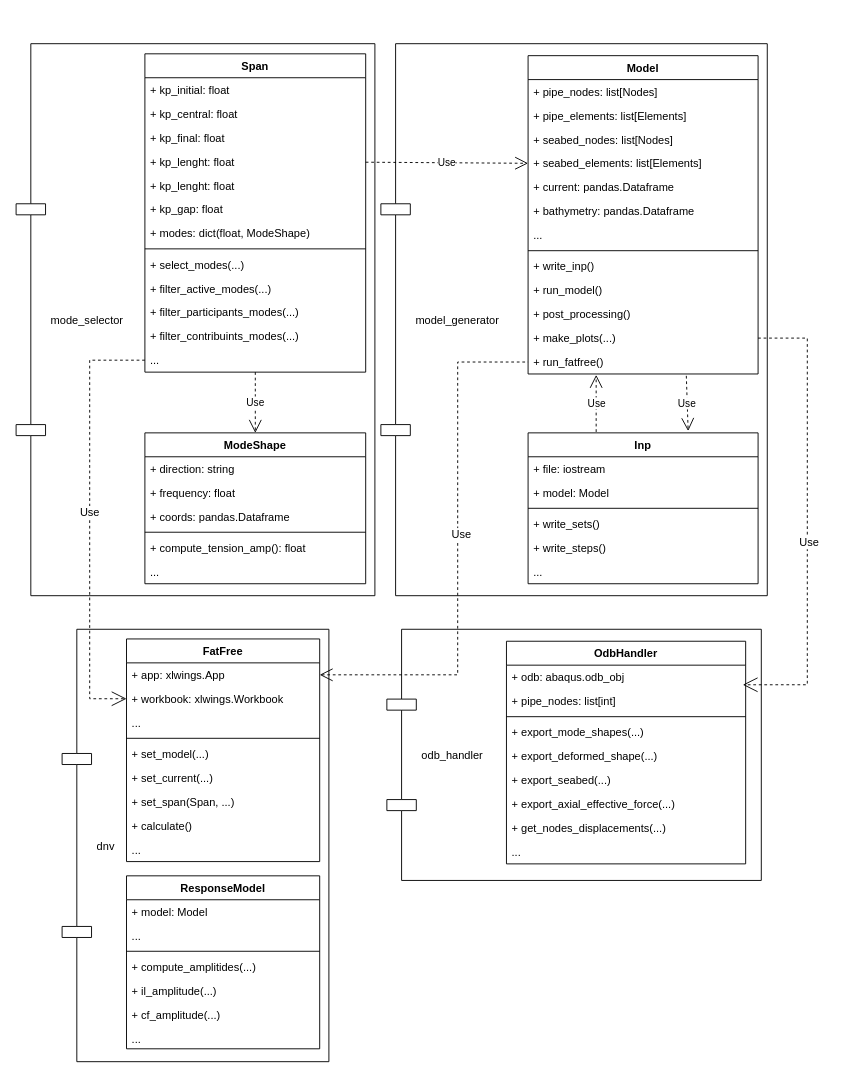
wevertonms/dissertacao_mestrado keeps this draw.io diagram as imagens/UML.drawio. Above is the earlier version. Source tidied: cells renumbered, new cells numbered last; positions are measured from the earlier drawing's top-left corner, leaving out a move shared by most shapes. Both pictures are drawn from the tidied source at 92%, with x=0, y=0 at pixel (16, 43).
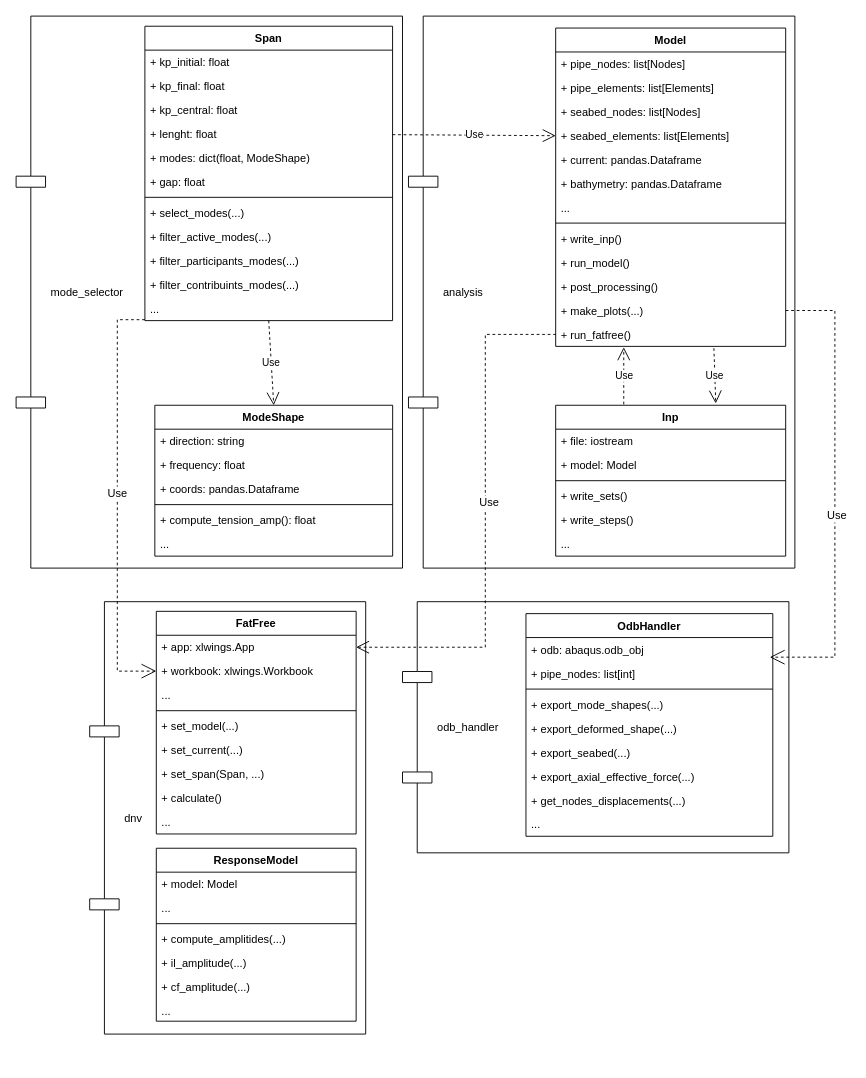
After the change.

Commit message (it also covers changes not shown here):
🍱 Ajutes no diagrama UML

The change refers to these unchanged cells:
```xml
<mxCell id="16" value="+ make_plots(...)" style="text;strokeColor=none;fillColor=none;align=left;verticalAlign=top;spacingLeft=4;spacingRight=4;overflow=hidden;points=[[0,0.5],[1,0.5]];portConstraint=eastwest;fontFamily=Fira Code;" parent="4" vertex="1">
  <mxGeometry y="294" width="250" height="26" as="geometry" />
</mxCell>
<mxCell id="17" value="+ run_fatfree()" style="text;strokeColor=none;fillColor=none;align=left;verticalAlign=top;spacingLeft=4;spacingRight=4;overflow=hidden;points=[[0,0.5],[1,0.5]];portConstraint=eastwest;fontFamily=Fira Code;" parent="4" vertex="1">
  <mxGeometry y="320" width="250" height="26" as="geometry" />
</mxCell>
```

Change to the diagram source:
```diff
@@
     <mxCell id="2" style="group;" parent="1" vertex="1">
-      <mxGeometry x="396.5" width="420" height="600" as="geometry" />
+      <mxGeometry x="426.5" y="-30" width="420" height="600" as="geometry" />
     </mxCell>
-    <mxCell id="3" value="model_generator" style="shape=component;align=left;spacingLeft=36;fontFamily=Fira Code;" parent="2" vertex="1">
+    <mxCell id="3" value="analysis" style="shape=component;align=left;spacingLeft=36;fontFamily=Fira Code;" parent="2" vertex="1">
       <mxGeometry width="420" height="600" as="geometry" />
     </mxCell>
@@
     <mxCell id="27" style="group;" parent="1" vertex="1">
-      <mxGeometry width="390" height="600" as="geometry" />
+      <mxGeometry y="-30" width="420" height="600" as="geometry" />
     </mxCell>
-    <mxCell id="28" value="mode_selector" style="shape=component;align=left;spacingLeft=36;fontFamily=Fira Code;" parent="27" vertex="1">
-      <mxGeometry width="390" height="600" as="geometry" />
+    <mxCell id="28" value="mode_selector  " style="shape=component;align=left;spacingLeft=36;fontFamily=Fira Code;" parent="27" vertex="1">
+      <mxGeometry width="420" height="600" as="geometry" />
     </mxCell>
     <mxCell id="29" value="Span" style="swimlane;fontStyle=1;align=center;verticalAlign=top;horizontal=1;startSize=26;fontFamily=Fira Code;" parent="27" vertex="1">
-      <mxGeometry x="140" y="11" width="240" height="346" as="geometry" />
+      <mxGeometry x="140" y="11" width="269.2" height="320" as="geometry" />
     </mxCell>
     <mxCell id="30" value="+ kp_initial: float" style="text;strokeColor=none;fillColor=none;align=left;verticalAlign=top;spacingLeft=4;spacingRight=4;overflow=hidden;fontFamily=Fira Code;" parent="29" vertex="1">
-      <mxGeometry y="26" width="240" height="26" as="geometry" />
+      <mxGeometry y="26" width="269.2" height="26" as="geometry" />
     </mxCell>
+    <mxCell id="32" value="+ kp_final: float" style="text;strokeColor=none;fillColor=none;align=left;verticalAlign=top;spacingLeft=4;spacingRight=4;overflow=hidden;fontFamily=Fira Code;" parent="29" vertex="1">
+      <mxGeometry y="52" width="269.2" height="26" as="geometry" />
+    </mxCell>
     <mxCell id="31" value="+ kp_central: float" style="text;strokeColor=none;fillColor=none;align=left;verticalAlign=top;spacingLeft=4;spacingRight=4;overflow=hidden;fontFamily=Fira Code;" parent="29" vertex="1">
-      <mxGeometry y="52" width="240" height="26" as="geometry" />
+      <mxGeometry y="78" width="269.2" height="26" as="geometry" />
     </mxCell>
-    <mxCell id="32" value="+ kp_final: float" style="text;strokeColor=none;fillColor=none;align=left;verticalAlign=top;spacingLeft=4;spacingRight=4;overflow=hidden;fontFamily=Fira Code;" parent="29" vertex="1">
-      <mxGeometry y="78" width="240" height="26" as="geometry" />
-    </mxCell>
-    <mxCell id="33" value="+ kp_lenght: float" style="text;strokeColor=none;fillColor=none;align=left;verticalAlign=top;spacingLeft=4;spacingRight=4;overflow=hidden;points=[[0,0.5],[1,0.5]];portConstraint=eastwest;fontFamily=Fira Code;" parent="29" vertex="1">
-      <mxGeometry y="104" width="240" height="26" as="geometry" />
+    <mxCell id="33" value="+ lenght: float" style="text;strokeColor=none;fillColor=none;align=left;verticalAlign=top;spacingLeft=4;spacingRight=4;overflow=hidden;points=[[0,0.5],[1,0.5]];portConstraint=eastwest;fontFamily=Fira Code;" parent="29" vertex="1">
+      <mxGeometry y="104" width="269.2" height="26" as="geometry" />
     </mxCell>
-    <mxCell id="34" value="+ kp_lenght: float" style="text;strokeColor=none;fillColor=none;align=left;verticalAlign=top;spacingLeft=4;spacingRight=4;overflow=hidden;fontFamily=Fira Code;" parent="29" vertex="1">
-      <mxGeometry y="130" width="240" height="26" as="geometry" />
-    </mxCell>
+    <mxCell id="36" value="+ modes: dict(float, ModeShape)" style="text;strokeColor=none;fillColor=none;align=left;verticalAlign=top;spacingLeft=4;spacingRight=4;overflow=hidden;fontFamily=Fira Code;" parent="29" vertex="1">
+      <mxGeometry y="130" width="269.2" height="26" as="geometry" />
+    </mxCell>
-    <mxCell id="35" value="+ kp_gap: float" style="text;strokeColor=none;fillColor=none;align=left;verticalAlign=top;spacingLeft=4;spacingRight=4;overflow=hidden;fontFamily=Fira Code;" parent="29" vertex="1">
-      <mxGeometry y="156" width="240" height="26" as="geometry" />
+    <mxCell id="35" value="+ gap: float" style="text;strokeColor=none;fillColor=none;align=left;verticalAlign=top;spacingLeft=4;spacingRight=4;overflow=hidden;fontFamily=Fira Code;" parent="29" vertex="1">
+      <mxGeometry y="156" width="269.2" height="26" as="geometry" />
     </mxCell>
-    <mxCell id="36" value="+ modes: dict(float, ModeShape)" style="text;strokeColor=none;fillColor=none;align=left;verticalAlign=top;spacingLeft=4;spacingRight=4;overflow=hidden;fontFamily=Fira Code;" parent="29" vertex="1">
-      <mxGeometry y="182" width="240" height="26" as="geometry" />
-    </mxCell>
     <mxCell id="37" style="line;strokeWidth=1;fillColor=none;align=left;verticalAlign=middle;spacingTop=-1;spacingLeft=3;spacingRight=3;labelPosition=right;fontFamily=Fira Code;" parent="29" vertex="1">
-      <mxGeometry y="208" width="240" height="8" as="geometry" />
+      <mxGeometry y="182" width="269.2" height="8" as="geometry" />
     </mxCell>
     <mxCell id="38" value="+ select_modes(...)" style="text;strokeColor=none;fillColor=none;align=left;verticalAlign=top;spacingLeft=4;spacingRight=4;overflow=hidden;fontFamily=Fira Code;" parent="29" vertex="1">
-      <mxGeometry y="216" width="240" height="26" as="geometry" />
+      <mxGeometry y="190" width="269.2" height="26" as="geometry" />
     </mxCell>
     <mxCell id="39" value="+ filter_active_modes(...)" style="text;strokeColor=none;fillColor=none;align=left;verticalAlign=top;spacingLeft=4;spacingRight=4;overflow=hidden;fontFamily=Fira Code;" parent="29" vertex="1">
-      <mxGeometry y="242" width="240" height="26" as="geometry" />
+      <mxGeometry y="216" width="269.2" height="26" as="geometry" />
     </mxCell>
     <mxCell id="40" value="+ filter_participants_modes(...)" style="text;strokeColor=none;fillColor=none;align=left;verticalAlign=top;spacingLeft=4;spacingRight=4;overflow=hidden;fontFamily=Fira Code;" parent="29" vertex="1">
-      <mxGeometry y="268" width="240" height="26" as="geometry" />
+      <mxGeometry y="242" width="269.2" height="26" as="geometry" />
     </mxCell>
     <mxCell id="41" value="+ filter_contribuints_modes(...)" style="text;strokeColor=none;fillColor=none;align=left;verticalAlign=top;spacingLeft=4;spacingRight=4;overflow=hidden;fontFamily=Fira Code;" parent="29" vertex="1">
-      <mxGeometry y="294" width="240" height="26" as="geometry" />
+      <mxGeometry y="268" width="269.2" height="26" as="geometry" />
     </mxCell>
     <mxCell id="42" value="..." style="text;strokeColor=none;fillColor=none;align=left;verticalAlign=top;spacingLeft=4;spacingRight=4;overflow=hidden;points=[[0,0.5],[1,0.5]];portConstraint=eastwest;fontFamily=Fira Code;" parent="29" vertex="1">
-      <mxGeometry y="320" width="240" height="26" as="geometry" />
+      <mxGeometry y="294" width="269.2" height="26" as="geometry" />
     </mxCell>
     <mxCell id="43" value="ModeShape" style="swimlane;fontStyle=1;align=center;verticalAlign=top;horizontal=1;startSize=26;fontFamily=Fira Code;" parent="27" vertex="1">
-      <mxGeometry x="140" y="423" width="240" height="164" as="geometry" />
+      <mxGeometry x="150.8" y="423" width="258.5" height="164" as="geometry" />
     </mxCell>
     <mxCell id="44" value="+ direction: string" style="text;strokeColor=none;fillColor=none;align=left;verticalAlign=top;spacingLeft=4;spacingRight=4;overflow=hidden;fontFamily=Fira Code;" parent="43" vertex="1">
-      <mxGeometry y="26" width="240" height="26" as="geometry" />
+      <mxGeometry y="26" width="258.5" height="26" as="geometry" />
     </mxCell>
     <mxCell id="45" value="+ frequency: float" style="text;strokeColor=none;fillColor=none;align=left;verticalAlign=top;spacingLeft=4;spacingRight=4;overflow=hidden;fontFamily=Fira Code;" parent="43" vertex="1">
-      <mxGeometry y="52" width="240" height="26" as="geometry" />
+      <mxGeometry y="52" width="258.5" height="26" as="geometry" />
     </mxCell>
     <mxCell id="46" value="+ coords: pandas.Dataframe" style="text;strokeColor=none;fillColor=none;align=left;verticalAlign=top;spacingLeft=4;spacingRight=4;overflow=hidden;fontFamily=Fira Code;" parent="43" vertex="1">
-      <mxGeometry y="78" width="240" height="26" as="geometry" />
+      <mxGeometry y="78" width="258.5" height="26" as="geometry" />
     </mxCell>
     <mxCell id="47" style="line;strokeWidth=1;fillColor=none;align=left;verticalAlign=middle;spacingTop=-1;spacingLeft=3;spacingRight=3;labelPosition=right;fontFamily=Fira Code;" parent="43" vertex="1">
-      <mxGeometry y="104" width="240" height="8" as="geometry" />
+      <mxGeometry y="104" width="258.5" height="8" as="geometry" />
     </mxCell>
     <mxCell id="48" value="+ compute_tension_amp(): float " style="text;strokeColor=none;fillColor=none;align=left;verticalAlign=top;spacingLeft=4;spacingRight=4;overflow=hidden;fontFamily=Fira Code;" parent="43" vertex="1">
-      <mxGeometry y="112" width="240" height="26" as="geometry" />
+      <mxGeometry y="112" width="258.5" height="26" as="geometry" />
     </mxCell>
     <mxCell id="49" value="..." style="text;strokeColor=none;fillColor=none;align=left;verticalAlign=top;spacingLeft=4;spacingRight=4;overflow=hidden;fontFamily=Fira Code;" parent="43" vertex="1">
-      <mxGeometry y="138" width="240" height="26" as="geometry" />
+      <mxGeometry y="138" width="258.5" height="26" as="geometry" />
     </mxCell>
@@
     <mxCell id="51" style="group;" parent="1" vertex="1">
-      <mxGeometry x="50" y="636.5" width="290" height="470" as="geometry" />
+      <mxGeometry x="80" y="606.5" width="300" height="470" as="geometry" />
     </mxCell>
     <mxCell id="52" value="dnv" style="shape=component;align=left;spacingLeft=36;fontFamily=Fira Code;" parent="51" vertex="1">
-      <mxGeometry width="290" height="470" as="geometry" />
+      <mxGeometry width="300" height="470" as="geometry" />
     </mxCell>
     <mxCell id="53" value="FatFree" style="swimlane;fontStyle=1;align=center;verticalAlign=top;horizontal=1;startSize=26;fontFamily=Fira Code;" parent="51" vertex="1">
-      <mxGeometry x="70" y="10.5" width="210" height="242" as="geometry" />
+      <mxGeometry x="72.4" y="10.5" width="217.2" height="242" as="geometry" />
     </mxCell>
     <mxCell id="54" value="+ app: xlwings.App" style="text;strokeColor=none;fillColor=none;align=left;verticalAlign=top;spacingLeft=4;spacingRight=4;overflow=hidden;points=[[0,0.5],[1,0.5]];portConstraint=eastwest;fontFamily=Fira Code;" parent="53" vertex="1">
-      <mxGeometry y="26" width="210" height="26" as="geometry" />
+      <mxGeometry y="26" width="217.2" height="26" as="geometry" />
     </mxCell>
     <mxCell id="55" value="+ workbook: xlwings.Workbook" style="text;strokeColor=none;fillColor=none;align=left;verticalAlign=top;spacingLeft=4;spacingRight=4;overflow=hidden;points=[[0,0.5],[1,0.5]];portConstraint=eastwest;fontFamily=Fira Code;" parent="53" vertex="1">
-      <mxGeometry y="52" width="210" height="26" as="geometry" />
+      <mxGeometry y="52" width="217.2" height="26" as="geometry" />
     </mxCell>
     <mxCell id="56" value="..." style="text;strokeColor=none;fillColor=none;align=left;verticalAlign=top;spacingLeft=4;spacingRight=4;overflow=hidden;fontFamily=Fira Code;" parent="53" vertex="1">
-      <mxGeometry y="78" width="210" height="26" as="geometry" />
+      <mxGeometry y="78" width="217.2" height="26" as="geometry" />
     </mxCell>
     <mxCell id="57" style="line;strokeWidth=1;fillColor=none;align=left;verticalAlign=middle;spacingTop=-1;spacingLeft=3;spacingRight=3;labelPosition=right;fontFamily=Fira Code;" parent="53" vertex="1">
-      <mxGeometry y="104" width="210" height="8" as="geometry" />
+      <mxGeometry y="104" width="217.2" height="8" as="geometry" />
     </mxCell>
     <mxCell id="58" value="+ set_model(...)" style="text;strokeColor=none;fillColor=none;align=left;verticalAlign=top;spacingLeft=4;spacingRight=4;overflow=hidden;fontFamily=Fira Code;" parent="53" vertex="1">
-      <mxGeometry y="112" width="210" height="26" as="geometry" />
+      <mxGeometry y="112" width="217.2" height="26" as="geometry" />
     </mxCell>
     <mxCell id="59" value="+ set_current(...)" style="text;strokeColor=none;fillColor=none;align=left;verticalAlign=top;spacingLeft=4;spacingRight=4;overflow=hidden;fontFamily=Fira Code;" parent="53" vertex="1">
-      <mxGeometry y="138" width="210" height="26" as="geometry" />
+      <mxGeometry y="138" width="217.2" height="26" as="geometry" />
     </mxCell>
     <mxCell id="60" value="+ set_span(Span, ...)" style="text;strokeColor=none;fillColor=none;align=left;verticalAlign=top;spacingLeft=4;spacingRight=4;overflow=hidden;fontFamily=Fira Code;" parent="53" vertex="1">
-      <mxGeometry y="164" width="210" height="26" as="geometry" />
+      <mxGeometry y="164" width="217.2" height="26" as="geometry" />
     </mxCell>
     <mxCell id="61" value="+ calculate()" style="text;strokeColor=none;fillColor=none;align=left;verticalAlign=top;spacingLeft=4;spacingRight=4;overflow=hidden;fontFamily=Fira Code;" parent="53" vertex="1">
-      <mxGeometry y="190" width="210" height="26" as="geometry" />
+      <mxGeometry y="190" width="217.2" height="26" as="geometry" />
     </mxCell>
     <mxCell id="62" value="..." style="text;strokeColor=none;fillColor=none;align=left;verticalAlign=top;spacingLeft=4;spacingRight=4;overflow=hidden;fontFamily=Fira Code;" parent="53" vertex="1">
-      <mxGeometry y="216" width="210" height="26" as="geometry" />
+      <mxGeometry y="216" width="217.2" height="26" as="geometry" />
     </mxCell>
     <mxCell id="63" value="ResponseModel" style="swimlane;fontStyle=1;align=center;verticalAlign=top;horizontal=1;startSize=26;fontFamily=Fira Code;" parent="51" vertex="1">
-      <mxGeometry x="70" y="268" width="210" height="188" as="geometry" />
+      <mxGeometry x="72.4" y="268" width="217.2" height="188" as="geometry" />
     </mxCell>
     <mxCell id="64" value="+ model: Model" style="text;strokeColor=none;fillColor=none;align=left;verticalAlign=top;spacingLeft=4;spacingRight=4;overflow=hidden;fontFamily=Fira Code;" parent="63" vertex="1">
-      <mxGeometry y="26" width="210" height="26" as="geometry" />
+      <mxGeometry y="26" width="217.2" height="26" as="geometry" />
     </mxCell>
     <mxCell id="65" value="..." style="text;strokeColor=none;fillColor=none;align=left;verticalAlign=top;spacingLeft=4;spacingRight=4;overflow=hidden;fontFamily=Fira Code;" parent="63" vertex="1">
-      <mxGeometry y="52" width="210" height="26" as="geometry" />
+      <mxGeometry y="52" width="217.2" height="26" as="geometry" />
     </mxCell>
     <mxCell id="66" style="line;strokeWidth=1;fillColor=none;align=left;verticalAlign=middle;spacingTop=-1;spacingLeft=3;spacingRight=3;labelPosition=right;fontFamily=Fira Code;" parent="63" vertex="1">
-      <mxGeometry y="78" width="210" height="8" as="geometry" />
+      <mxGeometry y="78" width="217.2" height="8" as="geometry" />
     </mxCell>
     <mxCell id="67" value="+ compute_amplitides(...) " style="text;strokeColor=none;fillColor=none;align=left;verticalAlign=top;spacingLeft=4;spacingRight=4;overflow=hidden;fontFamily=Fira Code;" parent="63" vertex="1">
-      <mxGeometry y="86" width="210" height="26" as="geometry" />
+      <mxGeometry y="86" width="217.2" height="26" as="geometry" />
     </mxCell>
     <mxCell id="68" value="+ il_amplitude(...) " style="text;strokeColor=none;fillColor=none;align=left;verticalAlign=top;spacingLeft=4;spacingRight=4;overflow=hidden;fontFamily=Fira Code;" parent="63" vertex="1">
-      <mxGeometry y="112" width="210" height="26" as="geometry" />
+      <mxGeometry y="112" width="217.2" height="26" as="geometry" />
     </mxCell>
     <mxCell id="69" value="+ cf_amplitude(...) " style="text;strokeColor=none;fillColor=none;align=left;verticalAlign=top;spacingLeft=4;spacingRight=4;overflow=hidden;fontFamily=Fira Code;" parent="63" vertex="1">
-      <mxGeometry y="138" width="210" height="26" as="geometry" />
+      <mxGeometry y="138" width="217.2" height="26" as="geometry" />
     </mxCell>
     <mxCell id="70" value="..." style="text;strokeColor=none;fillColor=none;align=left;verticalAlign=top;spacingLeft=4;spacingRight=4;overflow=hidden;fontFamily=Fira Code;" parent="63" vertex="1">
-      <mxGeometry y="164" width="210" height="24" as="geometry" />
+      <mxGeometry y="164" width="217.2" height="24" as="geometry" />
     </mxCell>
-    <mxCell id="71" style="edgeStyle=orthogonalEdgeStyle;rounded=0;jettySize=auto;html=1;exitX=0;exitY=0.5;exitDx=0;exitDy=0;dashed=1;startArrow=none;startFill=0;startSize=14;endArrow=open;endFill=0;endSize=14;strokeWidth=1;fontFamily=Fira Code;entryX=0;entryY=0.5;entryDx=0;entryDy=0;" parent="1" edge="1" source="42" target="55">
+    <mxCell id="71" style="edgeStyle=orthogonalEdgeStyle;rounded=0;jettySize=auto;html=1;dashed=1;startArrow=none;startFill=0;startSize=14;endArrow=open;endFill=0;endSize=14;strokeWidth=1;fontFamily=Fira Code;entryX=0;entryY=0.5;entryDx=0;entryDy=0;" parent="1" edge="1" target="55">
       <mxGeometry relative="1" as="geometry">
+        <mxPoint x="140" y="300" as="sourcePoint" />
         <Array as="points">
-          <mxPoint x="80" y="344" />
-          <mxPoint x="80" y="712" />
+          <mxPoint x="110" y="300" />
+          <mxPoint x="110" y="682" />
         </Array>
       </mxGeometry>
     </mxCell>
@@
     <mxCell id="73" style="group;" parent="1" vertex="1">
-      <mxGeometry x="403" y="636.5" width="407" height="273" as="geometry" />
+      <mxGeometry x="420" y="606.5" width="420" height="273" as="geometry" />
     </mxCell>
     <mxCell id="74" value="odb_handler" style="shape=component;align=left;spacingLeft=36;fontFamily=Fira Code;" parent="73" vertex="1">
-      <mxGeometry width="407" height="273" as="geometry" />
+      <mxGeometry width="420" height="273" as="geometry" />
     </mxCell>
     <mxCell id="75" value="OdbHandler" style="swimlane;fontStyle=1;align=center;verticalAlign=top;horizontal=1;startSize=26;fontFamily=Fira Code;" parent="73" vertex="1">
-      <mxGeometry x="130" y="13" width="260" height="242" as="geometry" />
+      <mxGeometry x="134.2" y="13" width="268.3" height="242" as="geometry" />
     </mxCell>
     <mxCell id="76" value="+ odb: abaqus.odb_obj" style="text;strokeColor=none;fillColor=none;align=left;verticalAlign=top;spacingLeft=4;spacingRight=4;overflow=hidden;fontFamily=Fira Code;" parent="75" vertex="1">
-      <mxGeometry y="26" width="260" height="26" as="geometry" />
+      <mxGeometry y="26" width="268.3" height="26" as="geometry" />
     </mxCell>
     <mxCell id="77" value="+ pipe_nodes: list[int]" style="text;strokeColor=none;fillColor=none;align=left;verticalAlign=top;spacingLeft=4;spacingRight=4;overflow=hidden;points=[[0,0.5],[1,0.5]];portConstraint=eastwest;fontFamily=Fira Code;" parent="75" vertex="1">
-      <mxGeometry y="52" width="260" height="26" as="geometry" />
+      <mxGeometry y="52" width="268.3" height="26" as="geometry" />
     </mxCell>
     <mxCell id="78" style="line;strokeWidth=1;fillColor=none;align=left;verticalAlign=middle;spacingTop=-1;spacingLeft=3;spacingRight=3;labelPosition=right;fontFamily=Fira Code;" parent="75" vertex="1">
-      <mxGeometry y="78" width="260" height="8" as="geometry" />
+      <mxGeometry y="78" width="268.3" height="8" as="geometry" />
     </mxCell>
     <mxCell id="79" value="+ export_mode_shapes(...) " style="text;strokeColor=none;fillColor=none;align=left;verticalAlign=top;spacingLeft=4;spacingRight=4;overflow=hidden;fontFamily=Fira Code;" parent="75" vertex="1">
-      <mxGeometry y="86" width="260" height="26" as="geometry" />
+      <mxGeometry y="86" width="268.3" height="26" as="geometry" />
     </mxCell>
     <mxCell id="80" value="+ export_deformed_shape(...) " style="text;strokeColor=none;fillColor=none;align=left;verticalAlign=top;spacingLeft=4;spacingRight=4;overflow=hidden;fontFamily=Fira Code;" parent="75" vertex="1">
-      <mxGeometry y="112" width="260" height="26" as="geometry" />
+      <mxGeometry y="112" width="268.3" height="26" as="geometry" />
     </mxCell>
     <mxCell id="81" value="+ export_seabed(...) " style="text;strokeColor=none;fillColor=none;align=left;verticalAlign=top;spacingLeft=4;spacingRight=4;overflow=hidden;fontFamily=Fira Code;" parent="75" vertex="1">
-      <mxGeometry y="138" width="260" height="26" as="geometry" />
+      <mxGeometry y="138" width="268.3" height="26" as="geometry" />
     </mxCell>
     <mxCell id="82" value="+ export_axial_effective_force(...) " style="text;strokeColor=none;fillColor=none;align=left;verticalAlign=top;spacingLeft=4;spacingRight=4;overflow=hidden;fontFamily=Fira Code;" parent="75" vertex="1">
-      <mxGeometry y="164" width="260" height="26" as="geometry" />
+      <mxGeometry y="164" width="268.3" height="26" as="geometry" />
     </mxCell>
     <mxCell id="83" value="+ get_nodes_displacements(...) " style="text;strokeColor=none;fillColor=none;align=left;verticalAlign=top;spacingLeft=4;spacingRight=4;overflow=hidden;fontFamily=Fira Code;" parent="75" vertex="1">
-      <mxGeometry y="190" width="260" height="26" as="geometry" />
+      <mxGeometry y="190" width="268.3" height="26" as="geometry" />
     </mxCell>
     <mxCell id="84" value="..." style="text;strokeColor=none;fillColor=none;align=left;verticalAlign=top;spacingLeft=4;spacingRight=4;overflow=hidden;fontFamily=Fira Code;" parent="75" vertex="1">
-      <mxGeometry y="216" width="260" height="26" as="geometry" />
+      <mxGeometry y="216" width="268.3" height="26" as="geometry" />
     </mxCell>
     <mxCell id="85" style="rounded=0;jettySize=auto;html=1;exitX=1;exitY=0.5;exitDx=0;exitDy=0;entryX=0;entryY=0.5;entryDx=0;entryDy=0;fontFamily=Fira Code;dashed=1;endArrow=none;endFill=0;endSize=14;startArrow=open;startFill=0;strokeWidth=1;startSize=12;edgeStyle=orthogonalEdgeStyle;" parent="1" edge="1" source="54" target="17">
       <mxGeometry relative="1" as="geometry">
         <Array as="points">
-          <mxPoint x="480" y="686" />
-          <mxPoint x="480" y="346" />
+          <mxPoint x="510" y="656" />
+          <mxPoint x="510" y="316" />
         </Array>
       </mxGeometry>
     </mxCell>
@@
     <mxCell id="87" style="edgeStyle=orthogonalEdgeStyle;rounded=0;jettySize=auto;html=1;exitX=1;exitY=0.5;exitDx=0;exitDy=0;entryX=0.988;entryY=-0.18;entryDx=0;entryDy=0;entryPerimeter=0;dashed=1;startArrow=none;startFill=0;startSize=14;endArrow=open;endFill=0;endSize=14;strokeWidth=1;fontFamily=Fira Code;" parent="1" edge="1" source="16" target="77">
       <mxGeometry relative="1" as="geometry">
         <Array as="points">
-          <mxPoint x="860" y="320" />
-          <mxPoint x="860" y="697" />
+          <mxPoint x="890" y="290" />
+          <mxPoint x="890" y="667" />
         </Array>
       </mxGeometry>
     </mxCell>
```
